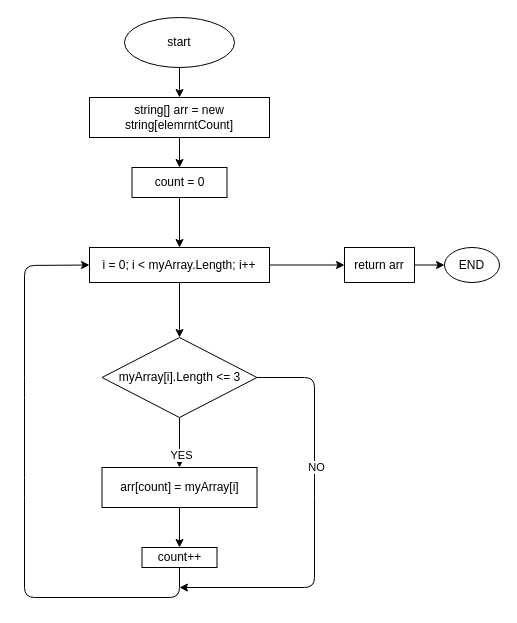
Above: block_diagram/1.drawio in AleandrSliwka/final_control_work_1 (draw.io), before the change. Source tidied: cells renumbered, new cells numbered last; positions are measured from the earlier drawing's top-left corner, leaving out a move shared by most shapes. Both pictures are drawn from the tidied source at 100%, with x=0, y=0 at pixel (24, 17).
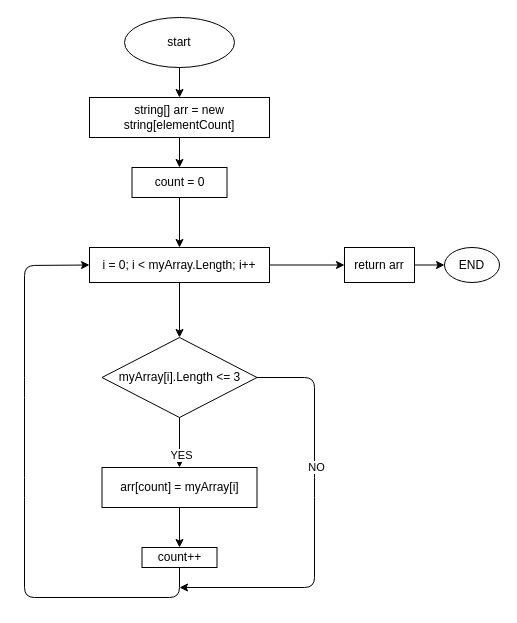
Above is the later version.

Commit message:
Исправил опечатки в Блок-схеме

The edit, as a diff of the source:
```diff
@@
-    <mxCell id="8" value="string[] arr = new string[elemrntCount]" style="rounded=0;whiteSpace=wrap;html=1;" parent="1" vertex="1">
+    <mxCell id="8" value="string[] arr = new string[elementCount]" style="rounded=0;whiteSpace=wrap;html=1;" parent="1" vertex="1">
       <mxGeometry x="65" y="80" width="180" height="40" as="geometry" />
     </mxCell>
```
